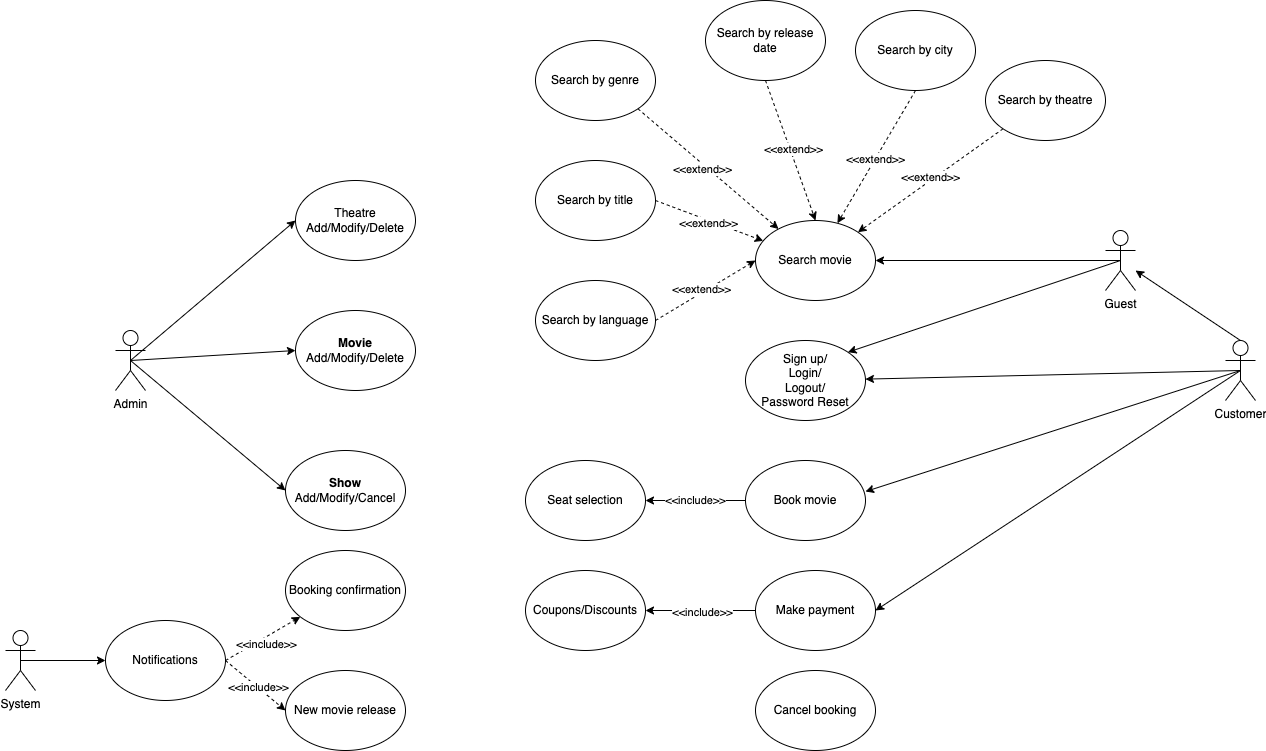
This is movie-ticket-booking-use-case-diag.drawio.png from vaibhavsonar/use-case-studies, a draw.io export, as it was before one commit. Source tidied: cells renumbered, new cells last; positions are measured from the earlier drawing's top-left corner, leaving out a move shared by most shapes.
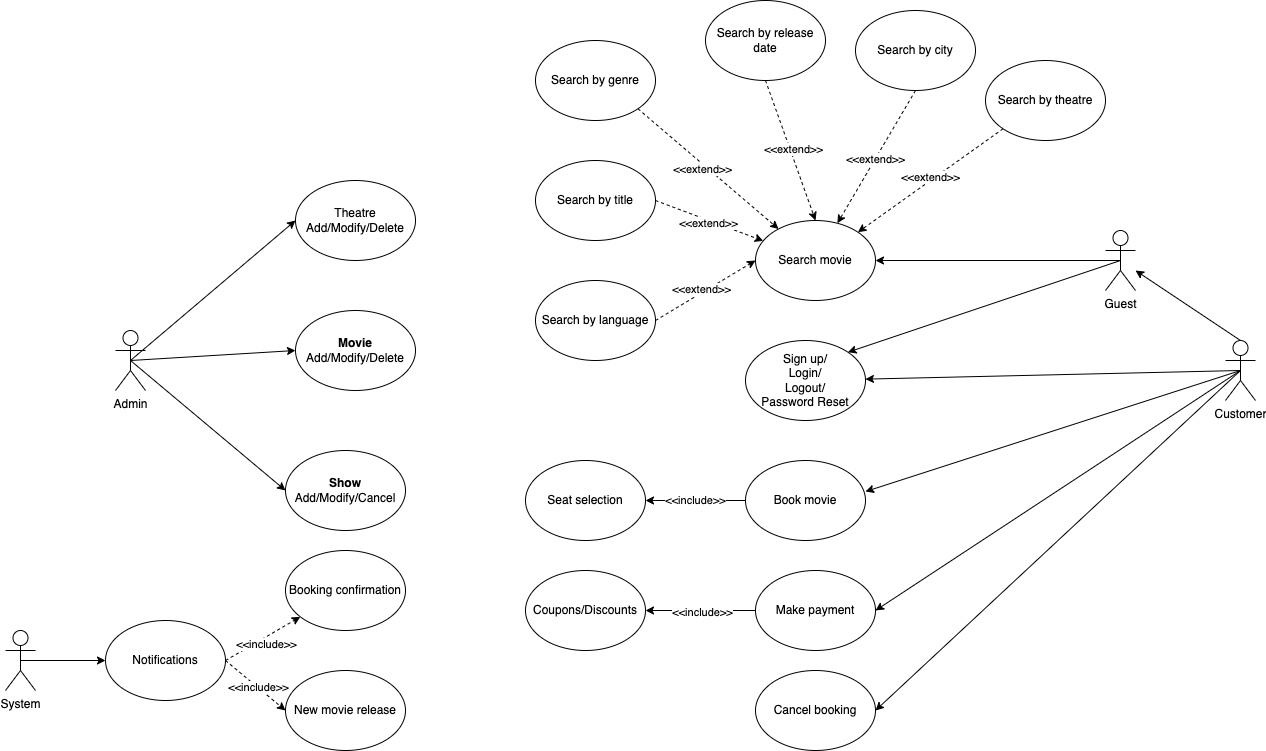
After the commit.

Diff of the diagram source:
```diff
@@ -116,6 +116,9 @@
     <mxCell id="39" style="rounded=0;jettySize=auto;html=1;exitX=0.5;exitY=0.5;exitDx=0;exitDy=0;exitPerimeter=0;entryX=1;entryY=0.5;entryDx=0;entryDy=0;" parent="1" edge="1" source="40" target="35">
       <mxGeometry relative="1" as="geometry" />
     </mxCell>
+    <mxCell id="55" style="rounded=0;jettySize=auto;html=1;exitX=0.5;exitY=0.5;exitDx=0;exitDy=0;exitPerimeter=0;entryX=1;entryY=0.5;entryDx=0;entryDy=0;" parent="1" edge="1" source="40" target="51">
+      <mxGeometry relative="1" as="geometry" />
+    </mxCell>
     <mxCell id="40" value="Customer" style="shape=umlActor;verticalLabelPosition=bottom;verticalAlign=top;html=1;outlineConnect=0;" parent="1" vertex="1">
       <mxGeometry x="1220" y="340" width="30" height="60" as="geometry" />
     </mxCell>
```
